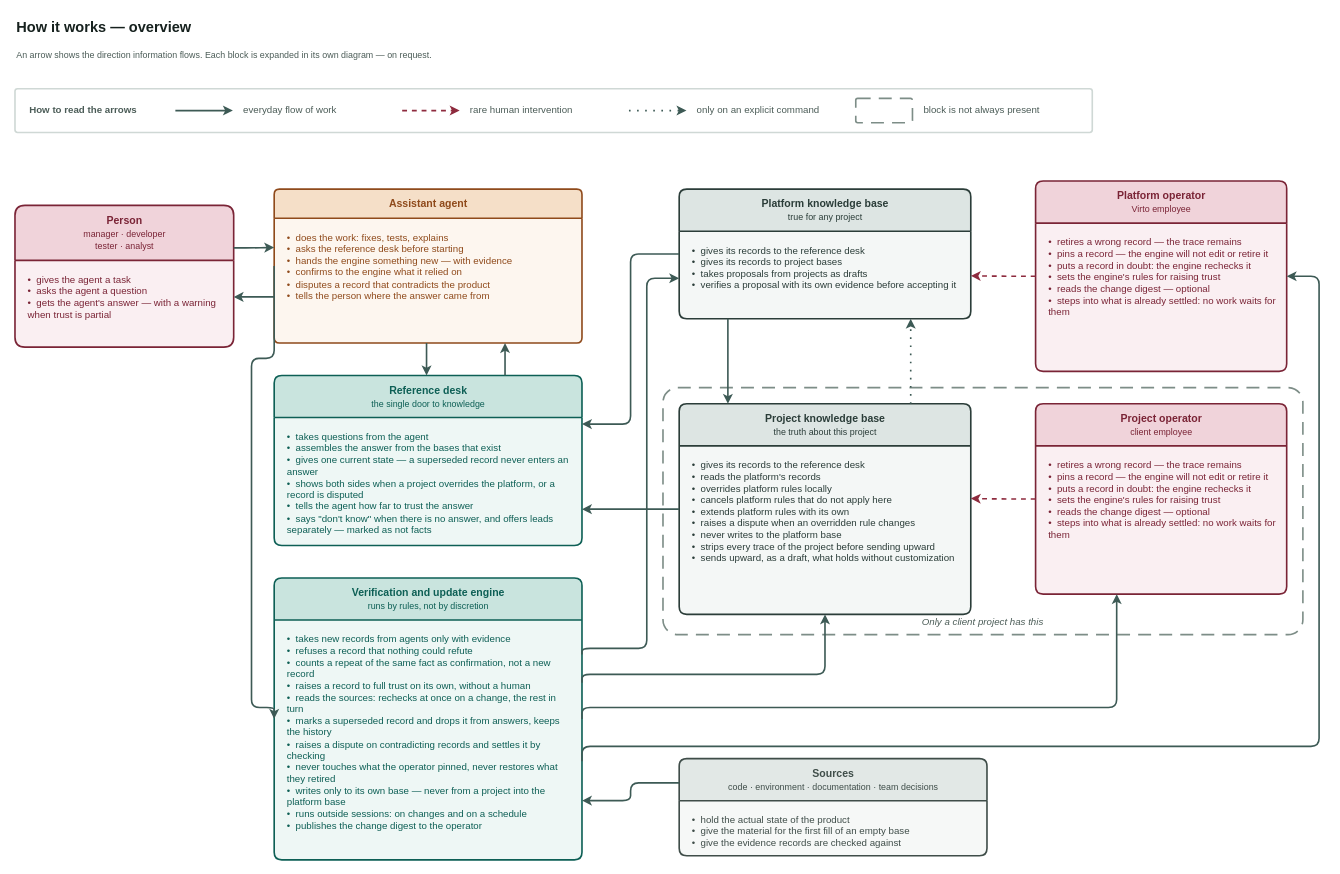
VirtoCommerce/ai-tools keeps this draw.io diagram as page "Overview" (1 of 2) of docs/adr/adr-knowledge-base-v3-overview.drawio. Above is the earlier version. Source tidied: cells renumbered, new cells numbered last; positions are measured from the earlier drawing's top-left corner, leaving out a move shared by most shapes. Both pictures are drawn from the tidied source at 81%, with x=0, y=0 at pixel (15, 14).
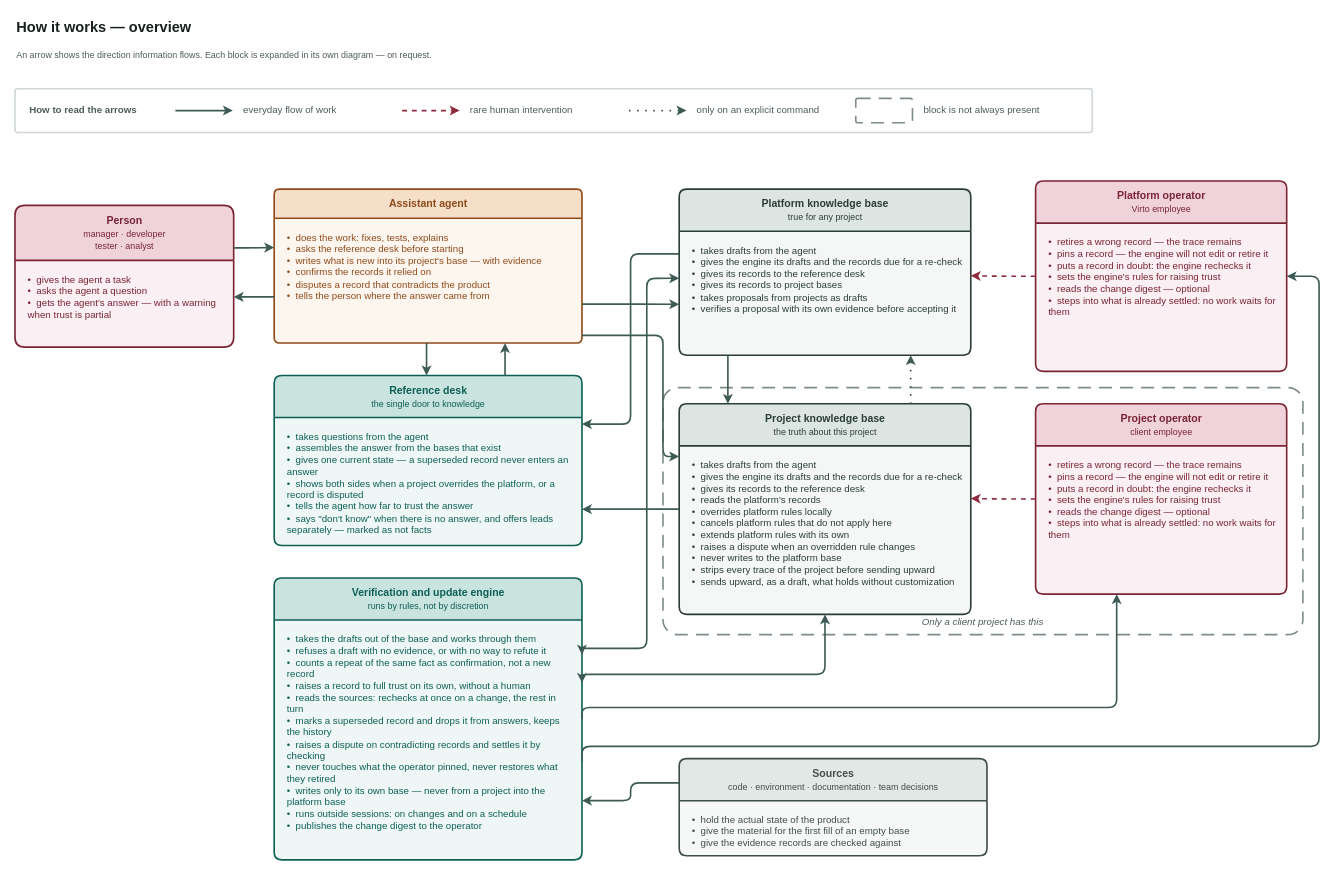
After the change.

Commit message (it also covers changes not shown here):
docs(adr): kb v3 — the agent writes into the base, and a defect is not knowledge (VCST-5776)

Unchanged cells that the change refers to:
```xml
<mxCell id="21" value="Assistant agent" style="swimlane;html=1;rounded=1;arcSize=6;startSize=36;horizontal=1;fillColor=#f5dfc8;swimlaneFillColor=#fdf6ef;strokeColor=#8f4a1b;fontColor=#8f4a1b;fontSize=13;fontStyle=1;align=center;verticalAlign=middle;strokeWidth=2;fontFamily=Helvetica;" parent="1" vertex="1">
  <mxGeometry x="320" y="216" width="380" height="190" as="geometry" />
</mxCell>
<mxCell id="23" value="Reference desk&lt;br&gt;&lt;span style=&quot;font-size:11px;font-weight:normal&quot;&gt;the single door to knowledge&lt;/span&gt;" style="swimlane;html=1;rounded=1;arcSize=6;startSize=52;horizontal=1;fillColor=#c9e4de;swimlaneFillColor=#eef7f5;strokeColor=#0d5f55;fontColor=#0d5f55;fontSize=13;fontStyle=1;align=center;verticalAlign=middle;strokeWidth=2;fontFamily=Helvetica;" parent="1" vertex="1">
  <mxGeometry x="320" y="446" width="380" height="210" as="geometry" />
</mxCell>
<mxCell id="28" value="Project knowledge base&lt;br&gt;&lt;span style=&quot;font-size:11px;font-weight:normal&quot;&gt;the truth about this project&lt;/span&gt;" style="swimlane;html=1;rounded=1;arcSize=6;startSize=52;horizontal=1;fillColor=#dde5e3;swimlaneFillColor=#f4f7f6;strokeColor=#2b3d39;fontColor=#2b3d39;fontSize=13;fontStyle=1;align=center;verticalAlign=middle;strokeWidth=2;fontFamily=Helvetica;" parent="1" vertex="1">
  <mxGeometry x="820" y="481" width="360" height="260" as="geometry" />
</mxCell>
<mxCell id="30" value="Verification and update engine&lt;br&gt;&lt;span style=&quot;font-size:11px;font-weight:normal&quot;&gt;runs by rules, not by discretion&lt;/span&gt;" style="swimlane;html=1;rounded=1;arcSize=6;startSize=52;horizontal=1;fillColor=#c9e4de;swimlaneFillColor=#eef7f5;strokeColor=#0d5f55;fontColor=#0d5f55;fontSize=13;fontStyle=1;align=center;verticalAlign=middle;strokeWidth=2;fontFamily=Helvetica;" parent="1" vertex="1">
  <mxGeometry x="320" y="696" width="380" height="348" as="geometry" />
</mxCell>
<mxCell id="32" value="Platform operator&lt;br&gt;&lt;span style=&quot;font-size:11px;font-weight:normal&quot;&gt;Virto employee&lt;/span&gt;" style="swimlane;html=1;rounded=1;arcSize=6;startSize=52;horizontal=1;fillColor=#f0d3da;swimlaneFillColor=#faeff2;strokeColor=#7a2436;fontColor=#7a2436;fontSize=13;fontStyle=1;align=center;verticalAlign=middle;strokeWidth=2;fontFamily=Helvetica;" parent="1" vertex="1">
  <mxGeometry x="1260" y="206" width="310" height="235" as="geometry" />
</mxCell>
```

Diff of the diagram source:
```diff
@@
-    <mxCell id="22" value="•&amp;nbsp; does the work: fixes, tests, explains&lt;br&gt;•&amp;nbsp; asks the reference desk before starting&lt;br&gt;•&amp;nbsp; hands the engine something new — with evidence&lt;br&gt;•&amp;nbsp; confirms to the engine what it relied on&lt;br&gt;•&amp;nbsp; disputes a record that contradicts the product&lt;br&gt;•&amp;nbsp; tells the person where the answer came from" style="text;html=1;align=left;verticalAlign=top;whiteSpace=wrap;spacingLeft=14;spacingTop=10;spacingRight=10;fontSize=12;fontColor=#8f4a1b;fontFamily=Helvetica;" parent="21" vertex="1">
+    <mxCell id="22" value="•&amp;nbsp; does the work: fixes, tests, explains&lt;br&gt;•&amp;nbsp; asks the reference desk before starting&lt;br&gt;•&amp;nbsp; writes what is new into its project's base — with evidence&lt;br&gt;•&amp;nbsp; confirms the records it relied on&lt;br&gt;•&amp;nbsp; disputes a record that contradicts the product&lt;br&gt;•&amp;nbsp; tells the person where the answer came from" style="text;html=1;align=left;verticalAlign=top;whiteSpace=wrap;spacingLeft=14;spacingTop=10;spacingRight=10;fontSize=12;fontColor=#8f4a1b;fontFamily=Helvetica;" parent="21" vertex="1">
       <mxGeometry y="36" width="380" height="154" as="geometry" />
     </mxCell>
@@
     <mxCell id="26" value="Platform knowledge base&lt;br&gt;&lt;span style=&quot;font-size:11px;font-weight:normal&quot;&gt;true for any project&lt;/span&gt;" style="swimlane;html=1;rounded=1;arcSize=6;startSize=52;horizontal=1;fillColor=#dde5e3;swimlaneFillColor=#f4f7f6;strokeColor=#2b3d39;fontColor=#2b3d39;fontSize=13;fontStyle=1;align=center;verticalAlign=middle;strokeWidth=2;fontFamily=Helvetica;" parent="1" vertex="1">
-      <mxGeometry x="820" y="216" width="360" height="160" as="geometry" />
+      <mxGeometry x="820" y="216" width="360" height="205" as="geometry" />
     </mxCell>
-    <mxCell id="27" value="•&amp;nbsp; gives its records to the reference desk&lt;br&gt;•&amp;nbsp; gives its records to project bases&lt;br&gt;•&amp;nbsp; takes proposals from projects as drafts&lt;br&gt;•&amp;nbsp; verifies a proposal with its own evidence before accepting it" style="text;html=1;align=left;verticalAlign=top;whiteSpace=wrap;spacingLeft=14;spacingTop=10;spacingRight=10;fontSize=12;fontColor=#2b3d39;fontFamily=Helvetica;" parent="26" vertex="1">
-      <mxGeometry y="52" width="360" height="108" as="geometry" />
+    <mxCell id="27" value="•&amp;nbsp; takes drafts from the agent&lt;br&gt;•&amp;nbsp; gives the engine its drafts and the records due for a re-check&lt;br&gt;•&amp;nbsp; gives its records to the reference desk&lt;br&gt;•&amp;nbsp; gives its records to project bases&lt;br&gt;•&amp;nbsp; takes proposals from projects as drafts&lt;br&gt;•&amp;nbsp; verifies a proposal with its own evidence before accepting it" style="text;html=1;align=left;verticalAlign=top;whiteSpace=wrap;spacingLeft=14;spacingTop=10;spacingRight=10;fontSize=12;fontColor=#2b3d39;fontFamily=Helvetica;" parent="26" vertex="1">
+      <mxGeometry y="52" width="360" height="153" as="geometry" />
     </mxCell>
@@
-    <mxCell id="29" value="•&amp;nbsp; gives its records to the reference desk&lt;br&gt;•&amp;nbsp; reads the platform's records&lt;br&gt;•&amp;nbsp; overrides platform rules locally&lt;br&gt;•&amp;nbsp; cancels platform rules that do not apply here&lt;br&gt;•&amp;nbsp; extends platform rules with its own&lt;br&gt;•&amp;nbsp; raises a dispute when an overridden rule changes&lt;br&gt;•&amp;nbsp; never writes to the platform base&lt;br&gt;•&amp;nbsp; strips every trace of the project before sending upward&lt;br&gt;•&amp;nbsp; sends upward, as a draft, what holds without customization" style="text;html=1;align=left;verticalAlign=top;whiteSpace=wrap;spacingLeft=14;spacingTop=10;spacingRight=10;fontSize=12;fontColor=#2b3d39;fontFamily=Helvetica;" parent="28" vertex="1">
+    <mxCell id="29" value="•&amp;nbsp; takes drafts from the agent&lt;br&gt;•&amp;nbsp; gives the engine its drafts and the records due for a re-check&lt;br&gt;•&amp;nbsp; gives its records to the reference desk&lt;br&gt;•&amp;nbsp; reads the platform's records&lt;br&gt;•&amp;nbsp; overrides platform rules locally&lt;br&gt;•&amp;nbsp; cancels platform rules that do not apply here&lt;br&gt;•&amp;nbsp; extends platform rules with its own&lt;br&gt;•&amp;nbsp; raises a dispute when an overridden rule changes&lt;br&gt;•&amp;nbsp; never writes to the platform base&lt;br&gt;•&amp;nbsp; strips every trace of the project before sending upward&lt;br&gt;•&amp;nbsp; sends upward, as a draft, what holds without customization" style="text;html=1;align=left;verticalAlign=top;whiteSpace=wrap;spacingLeft=14;spacingTop=10;spacingRight=10;fontSize=12;fontColor=#2b3d39;fontFamily=Helvetica;" parent="28" vertex="1">
       <mxGeometry y="52" width="360" height="208" as="geometry" />
     </mxCell>
@@
-    <mxCell id="31" value="•&amp;nbsp; takes new records from agents only with evidence&lt;br&gt;•&amp;nbsp; refuses a record that nothing could refute&lt;br&gt;•&amp;nbsp; counts a repeat of the same fact as confirmation, not a new record&lt;br&gt;•&amp;nbsp; raises a record to full trust on its own, without a human&lt;br&gt;•&amp;nbsp; reads the sources: rechecks at once on a change, the rest in turn&lt;br&gt;•&amp;nbsp; marks a superseded record and drops it from answers, keeps the history&lt;br&gt;•&amp;nbsp; raises a dispute on contradicting records and settles it by checking&lt;br&gt;•&amp;nbsp; never touches what the operator pinned, never restores what they retired&lt;br&gt;•&amp;nbsp; writes only to its own base — never from a project into the platform base&lt;br&gt;•&amp;nbsp; runs outside sessions: on changes and on a schedule&lt;br&gt;•&amp;nbsp; publishes the change digest to the operator" style="text;html=1;align=left;verticalAlign=top;whiteSpace=wrap;spacingLeft=14;spacingTop=10;spacingRight=10;fontSize=12;fontColor=#0d5f55;fontFamily=Helvetica;" parent="30" vertex="1">
+    <mxCell id="31" value="•&amp;nbsp; takes the drafts out of the base and works through them&lt;br&gt;•&amp;nbsp; refuses a draft with no evidence, or with no way to refute it&lt;br&gt;•&amp;nbsp; counts a repeat of the same fact as confirmation, not a new record&lt;br&gt;•&amp;nbsp; raises a record to full trust on its own, without a human&lt;br&gt;•&amp;nbsp; reads the sources: rechecks at once on a change, the rest in turn&lt;br&gt;•&amp;nbsp; marks a superseded record and drops it from answers, keeps the history&lt;br&gt;•&amp;nbsp; raises a dispute on contradicting records and settles it by checking&lt;br&gt;•&amp;nbsp; never touches what the operator pinned, never restores what they retired&lt;br&gt;•&amp;nbsp; writes only to its own base — never from a project into the platform base&lt;br&gt;•&amp;nbsp; runs outside sessions: on changes and on a schedule&lt;br&gt;•&amp;nbsp; publishes the change digest to the operator" style="text;html=1;align=left;verticalAlign=top;whiteSpace=wrap;spacingLeft=14;spacingTop=10;spacingRight=10;fontSize=12;fontColor=#0d5f55;fontFamily=Helvetica;" parent="30" vertex="1">
       <mxGeometry y="52" width="380" height="268" as="geometry" />
     </mxCell>
@@
-    <mxCell id="42" style="edgeStyle=orthogonalEdgeStyle;rounded=1;html=1;labelBackgroundColor=#ffffff;fontSize=12;strokeWidth=2;strokeColor=#3d5a55;fontColor=#2f3a37;fontFamily=Helvetica;exitX=0;exitY=0.5;exitDx=0;exitDy=0;entryX=1;entryY=0.286;entryDx=0;entryDy=0;" parent="1" edge="1" source="26" target="23">
+    <mxCell id="42" style="edgeStyle=orthogonalEdgeStyle;rounded=1;html=1;labelBackgroundColor=#ffffff;fontSize=12;strokeWidth=2;strokeColor=#3d5a55;fontColor=#2f3a37;fontFamily=Helvetica;exitX=0;exitY=0.39;exitDx=0;exitDy=0;entryX=1;entryY=0.286;entryDx=0;entryDy=0;" parent="1" edge="1" source="26" target="23">
       <mxGeometry relative="1" as="geometry">
         <Array as="points">
           <mxPoint x="760" y="296" />
           <mxPoint x="760" y="506" />
         </Array>
       </mxGeometry>
     </mxCell>
@@
-    <mxCell id="44" style="edgeStyle=orthogonalEdgeStyle;rounded=1;html=1;labelBackgroundColor=#ffffff;fontSize=12;strokeWidth=2;strokeColor=#3d5a55;fontColor=#2f3a37;fontFamily=Helvetica;exitX=0;exitY=0.5;exitDx=0;exitDy=0;entryX=0;entryY=0.5;entryDx=0;entryDy=0;" parent="1" edge="1" source="21" target="30">
-      <mxGeometry relative="1" as="geometry">
-        <Array as="points">
-          <mxPoint x="292" y="425" />
-          <mxPoint x="292" y="856" />
-        </Array>
-      </mxGeometry>
-    </mxCell>
-    <mxCell id="45" style="edgeStyle=orthogonalEdgeStyle;rounded=1;html=1;labelBackgroundColor=#ffffff;fontSize=12;strokeWidth=2;strokeColor=#3d5a55;fontColor=#2f3a37;fontFamily=Helvetica;exitX=1;exitY=0.272;exitDx=0;exitDy=0;entryX=0;entryY=0.6875;entryDx=0;entryDy=0;" parent="1" edge="1" source="30" target="26">
+    <mxCell id="45" style="edgeStyle=orthogonalEdgeStyle;rounded=1;html=1;labelBackgroundColor=#ffffff;fontSize=12;strokeWidth=2;strokeColor=#3d5a55;fontColor=#2f3a37;fontFamily=Helvetica;exitX=1;exitY=0.272;exitDx=0;exitDy=0;entryX=0;entryY=0.537;entryDx=0;entryDy=0;startArrow=classic;startFill=1;" parent="1" edge="1" source="30" target="26">
       <mxGeometry relative="1" as="geometry">
         <Array as="points">
           <mxPoint x="780" y="783" />
           <mxPoint x="780" y="326" />
         </Array>
       </mxGeometry>
     </mxCell>
-    <mxCell id="46" style="edgeStyle=orthogonalEdgeStyle;rounded=1;html=1;labelBackgroundColor=#ffffff;fontSize=12;strokeWidth=2;strokeColor=#3d5a55;fontColor=#2f3a37;fontFamily=Helvetica;exitX=1;exitY=0.372;exitDx=0;exitDy=0;entryX=0.5;entryY=1;entryDx=0;entryDy=0;" parent="1" edge="1" source="30" target="28">
+    <mxCell id="46" style="edgeStyle=orthogonalEdgeStyle;rounded=1;html=1;labelBackgroundColor=#ffffff;fontSize=12;strokeWidth=2;strokeColor=#3d5a55;fontColor=#2f3a37;fontFamily=Helvetica;exitX=1;exitY=0.372;exitDx=0;exitDy=0;entryX=0.5;entryY=1;entryDx=0;entryDy=0;startArrow=classic;startFill=1;" parent="1" edge="1" source="30" target="28">
       <mxGeometry relative="1" as="geometry">
         <Array as="points">
           <mxPoint x="1000" y="815" />
         </Array>
       </mxGeometry>
     </mxCell>
@@
-    <mxCell id="52" style="edgeStyle=orthogonalEdgeStyle;rounded=1;html=1;labelBackgroundColor=#ffffff;fontSize=12;strokeWidth=2;strokeColor=#3d5a55;fontColor=#2f3a37;fontFamily=Helvetica;dashed=1;strokeColor=#8e2b3e;fontColor=#6b1f2e;exitX=0;exitY=0.5;exitDx=0;exitDy=0;entryX=1;entryY=0.669;entryDx=0;entryDy=0;" parent="1" edge="1" source="32" target="26">
+    <mxCell id="52" style="edgeStyle=orthogonalEdgeStyle;rounded=1;html=1;labelBackgroundColor=#ffffff;fontSize=12;strokeWidth=2;strokeColor=#3d5a55;fontColor=#2f3a37;fontFamily=Helvetica;dashed=1;strokeColor=#8e2b3e;fontColor=#6b1f2e;exitX=0;exitY=0.5;exitDx=0;exitDy=0;entryX=1;entryY=0.522;entryDx=0;entryDy=0;" parent="1" edge="1" source="32" target="26">
       <mxGeometry relative="1" as="geometry" />
     </mxCell>
@@
+    <mxCell id="54" style="edgeStyle=orthogonalEdgeStyle;rounded=1;html=1;labelBackgroundColor=#ffffff;fontSize=12;strokeWidth=2;strokeColor=#3d5a55;fontColor=#2f3a37;fontFamily=Helvetica;exitX=1;exitY=0.747;exitDx=0;exitDy=0;entryX=0;entryY=0.693;entryDx=0;entryDy=0;" parent="1" edge="1" source="21" target="26">
+      <mxGeometry relative="1" as="geometry" />
+    </mxCell>
+    <mxCell id="55" style="edgeStyle=orthogonalEdgeStyle;rounded=1;html=1;labelBackgroundColor=#ffffff;fontSize=12;strokeWidth=2;strokeColor=#3d5a55;fontColor=#2f3a37;fontFamily=Helvetica;exitX=1;exitY=0.95;exitDx=0;exitDy=0;entryX=0;entryY=0.25;entryDx=0;entryDy=0;" parent="1" edge="1" source="21" target="28">
+      <mxGeometry relative="1" as="geometry">
+        <Array as="points">
+          <mxPoint x="800" y="396" />
+          <mxPoint x="800" y="546" />
+        </Array>
+      </mxGeometry>
+    </mxCell>
```
